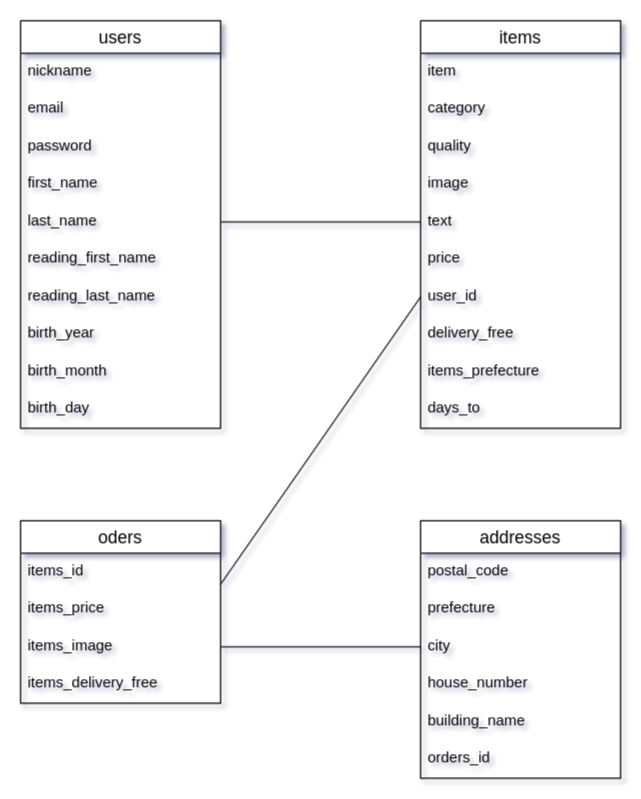
Earlier version of the draw.io diagram furima-36733.dio (maki0sato/furima-36733). Source tidied: cells renumbered, new cells numbered last; positions are measured from the earlier drawing's top-left corner, leaving out a move shared by most shapes. Both pictures are drawn from the tidied source at 125%, with x=0, y=0 at pixel (20, 20).
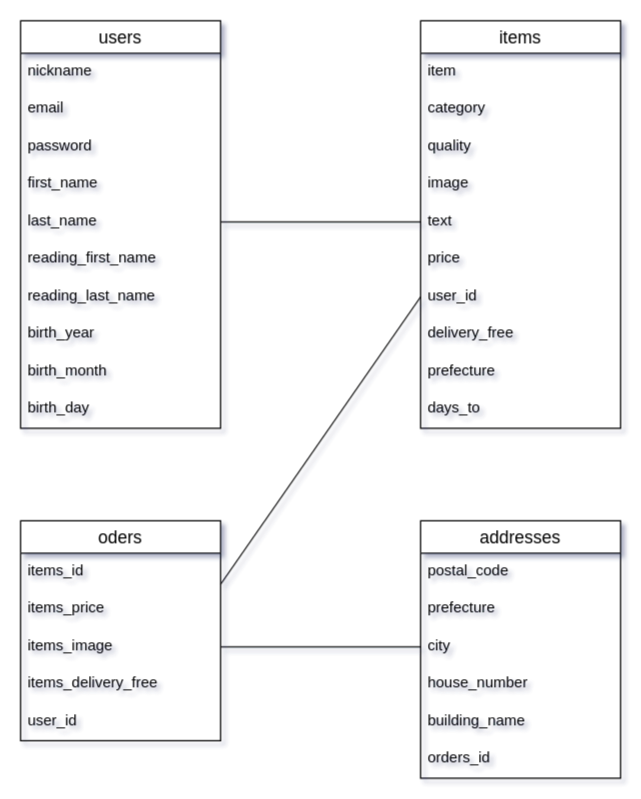
Above is the later version.

Commit message (it also covers changes not shown here):
データーベース設計　修正2

Unchanged cells that the change refers to:
```xml
<mxCell id="14" value="items" style="swimlane;fontStyle=0;horizontal=1;startSize=26;align=center;fontSize=14;" parent="1" vertex="1">
  <mxGeometry x="320" width="160" height="326" as="geometry" />
</mxCell>
```

The edit, as a diff of the source:
```diff
@@
-    <mxCell id="23" value="items_prefecture" style="text;strokeColor=none;fillColor=none;spacingLeft=4;spacingRight=4;overflow=hidden;fontSize=12;" parent="14" vertex="1">
+    <mxCell id="23" value="prefecture" style="text;strokeColor=none;fillColor=none;spacingLeft=4;spacingRight=4;overflow=hidden;fontSize=12;" parent="14" vertex="1">
       <mxGeometry y="266" width="160" height="30" as="geometry" />
     </mxCell>
@@
     <mxCell id="25" value="oders" style="swimlane;fontStyle=0;horizontal=1;startSize=26;align=center;fontSize=14;" parent="1" vertex="1">
-      <mxGeometry y="400" width="160" height="146" as="geometry" />
+      <mxGeometry y="400" width="160" height="176" as="geometry" />
     </mxCell>
@@
+    <mxCell id="40" value="user_id" style="text;strokeColor=none;fillColor=none;spacingLeft=4;spacingRight=4;overflow=hidden;fontSize=12;" parent="25" vertex="1">
+      <mxGeometry y="146" width="160" height="30" as="geometry" />
+    </mxCell>
```
